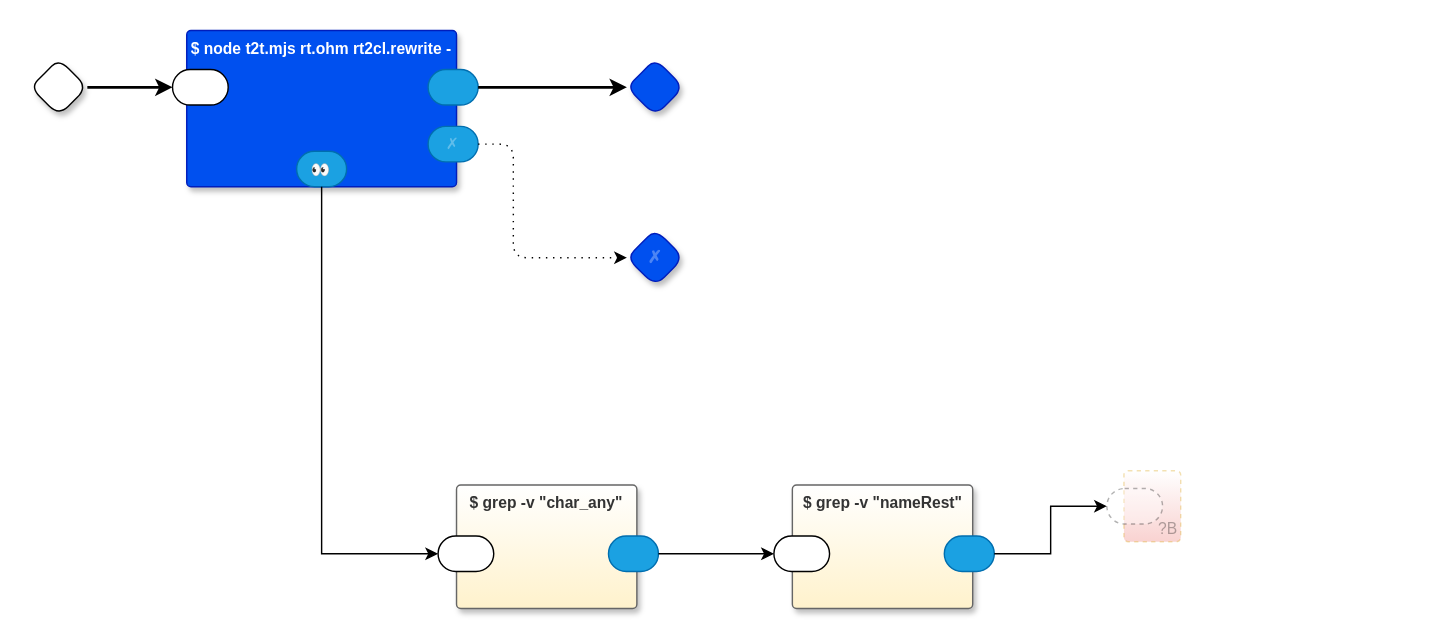
The draw.io diagram page "RT to Common Lisp" (5 of 7) of rt2cl.drawio in guitarvydas/rt, before the edit. Source tidied: cells renumbered, new cells numbered last; positions are measured from the earlier drawing's top-left corner, leaving out a move shared by most shapes. Both pictures are drawn from the tidied source at 142%, with x=0, y=0 at pixel (30, 30).
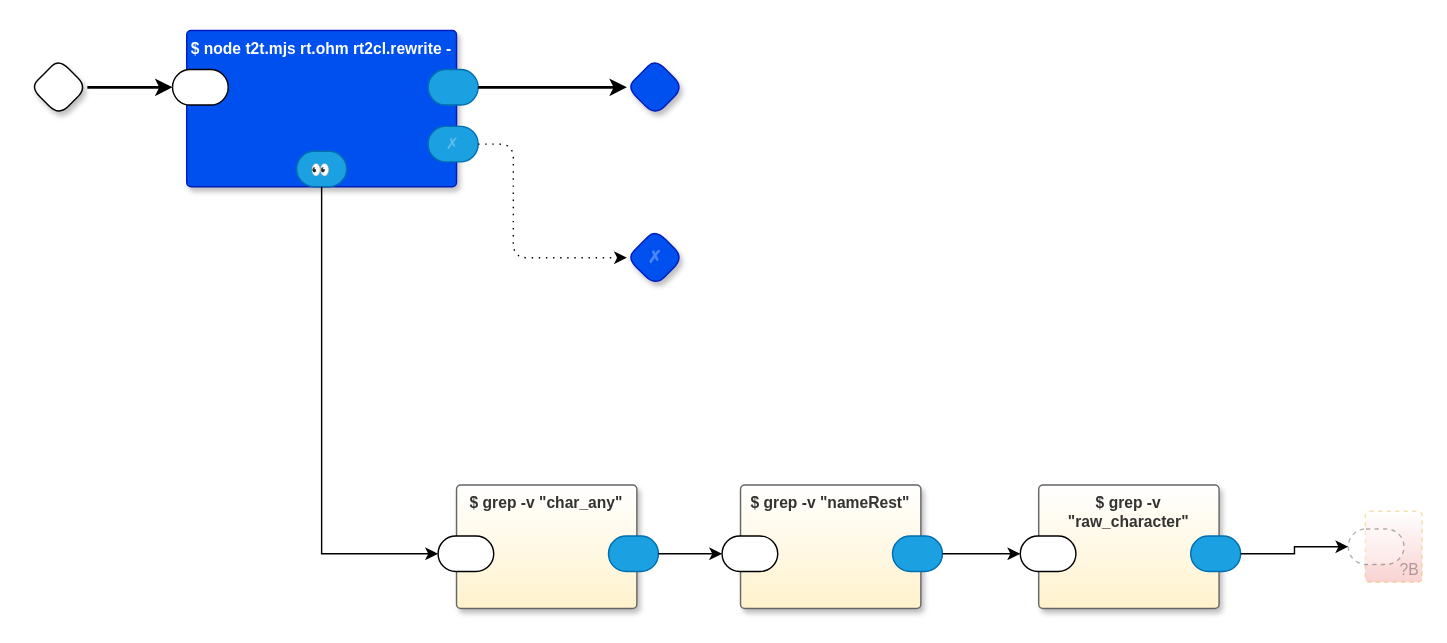
The same page after the edit.

Commit message (it also covers changes not shown here):
three grep -v to help with debugging return-from undefined

The change refers to these unchanged cells:
```xml
<mxCell id="14" style="rounded=1;whiteSpace=wrap;html=1;sketch=0;points=[[0,0.5,0,0,0],[1,0.5,0,0,0]];arcSize=50;fontFamily=Helvetica;fontSize=11;fontColor=default;dashed=1;textOpacity=50;opacity=30;fontStyle=0;" parent="13" vertex="1">
  <mxGeometry x="-12" y="12.5" width="39.2" height="25" as="geometry" />
</mxCell>
<mxCell id="20" style="rounded=1;whiteSpace=wrap;html=1;sketch=0;points=[[0,0.5,0,0,0],[1,0.5,0,0,0]];fillColor=#1ba1e2;fontColor=#ffffff;strokeColor=#006EAF;arcSize=50;fontFamily=Helvetica;fontSize=11;" parent="18" vertex="1">
  <mxGeometry x="107" y="36" width="35.2" height="25" as="geometry" />
</mxCell>
```

Diff of the diagram source:
```diff
@@
     <mxCell id="13" value="?B" style="rounded=1;whiteSpace=wrap;html=1;sketch=0;verticalAlign=bottom;arcSize=6;fontStyle=0;absoluteArcSize=1;shadow=0;strokeColor=#d79b00;fillColor=#FFFFFF;fontFamily=Helvetica;fontSize=11;dashed=1;opacity=30;align=right;textOpacity=30;gradientColor=#EA6B66;fontColor=default;" parent="1" vertex="1">
-      <mxGeometry x="770" y="310" width="40" height="50" as="geometry" />
+      <mxGeometry x="940" y="338.5" width="40" height="50" as="geometry" />
     </mxCell>
@@
     <mxCell id="18" value="$ grep -v &quot;nameRest&quot;" style="rounded=1;whiteSpace=wrap;html=1;sketch=0;verticalAlign=top;arcSize=6;fontStyle=1;absoluteArcSize=1;shadow=1;strokeColor=#666666;fillColor=#FFFFFF;fontColor=#333333;gradientColor=#FFF2CC;fontFamily=Helvetica;fontSize=11;" parent="1" vertex="1">
-      <mxGeometry x="536.5" y="320" width="127" height="87" as="geometry" />
+      <mxGeometry x="500" y="320" width="127" height="87" as="geometry" />
     </mxCell>
@@
-    <mxCell id="22" style="edgeStyle=orthogonalEdgeStyle;rounded=0;jettySize=auto;html=1;entryX=0;entryY=0.5;entryDx=0;entryDy=0;entryPerimeter=0;" parent="1" edge="1" source="20" target="14">
-      <mxGeometry relative="1" as="geometry" />
-    </mxCell>
@@
+    <mxCell id="24" value="$ grep -v &quot;raw_character&quot;" style="rounded=1;whiteSpace=wrap;html=1;sketch=0;verticalAlign=top;arcSize=6;fontStyle=1;absoluteArcSize=1;shadow=1;strokeColor=#666666;fillColor=#FFFFFF;fontColor=#333333;gradientColor=#FFF2CC;fontFamily=Helvetica;fontSize=11;" parent="1" vertex="1">
+      <mxGeometry x="710" y="320" width="127" height="87" as="geometry" />
+    </mxCell>
+    <mxCell id="25" style="rounded=1;whiteSpace=wrap;html=1;sketch=0;points=[[0,0.5,0,0,0],[1,0.5,0,0,0]];arcSize=50;fontFamily=Helvetica;fontSize=11;fontColor=default;" parent="24" vertex="1">
+      <mxGeometry x="-13" y="36" width="39.2" height="25" as="geometry" />
+    </mxCell>
+    <mxCell id="26" style="rounded=1;whiteSpace=wrap;html=1;sketch=0;points=[[0,0.5,0,0,0],[1,0.5,0,0,0]];fillColor=#1ba1e2;fontColor=#ffffff;strokeColor=#006EAF;arcSize=50;fontFamily=Helvetica;fontSize=11;" parent="24" vertex="1">
+      <mxGeometry x="107" y="36" width="35.2" height="25" as="geometry" />
+    </mxCell>
+    <mxCell id="27" style="edgeStyle=orthogonalEdgeStyle;rounded=0;jettySize=auto;html=1;exitX=1;exitY=0.5;exitDx=0;exitDy=0;exitPerimeter=0;entryX=0;entryY=0.5;entryDx=0;entryDy=0;entryPerimeter=0;" parent="1" edge="1" source="20" target="25">
+      <mxGeometry relative="1" as="geometry" />
+    </mxCell>
+    <mxCell id="28" style="edgeStyle=orthogonalEdgeStyle;rounded=0;jettySize=auto;html=1;exitX=1;exitY=0.5;exitDx=0;exitDy=0;exitPerimeter=0;entryX=0;entryY=0.5;entryDx=0;entryDy=0;entryPerimeter=0;" parent="1" edge="1" source="26" target="14">
+      <mxGeometry relative="1" as="geometry" />
+    </mxCell>
```
